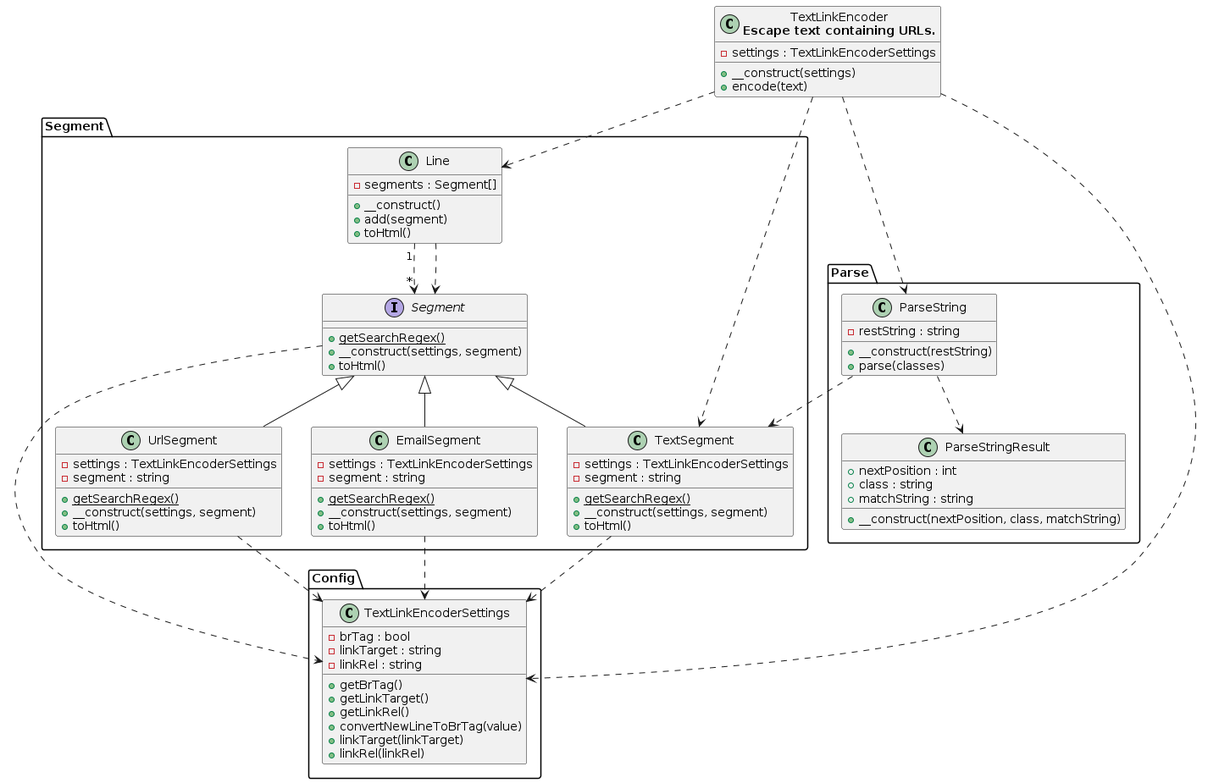
This is diagram.png from smeghead/php-text-link-encoder, a PlantUML export, as it was before one commit. The source it was exported from:
```plantuml
@startuml class-diagram
  class "TextLinkEncoder\n<b>Escape text containing URLs.</b>" as TextLinkEncoder {
    -settings : TextLinkEncoderSettings
    +__construct(settings)
    +encode(text)
  }
  package Segment as Segment {
    interface "Segment" as Segment_Segment {
      {static} +getSearchRegex()
      +__construct(settings, segment)
      +toHtml()
    }
    class "UrlSegment" as Segment_UrlSegment {
      -settings : TextLinkEncoderSettings
      -segment : string
      {static} +getSearchRegex()
      +__construct(settings, segment)
      +toHtml()
    }
    class "TextSegment" as Segment_TextSegment {
      -settings : TextLinkEncoderSettings
      -segment : string
      {static} +getSearchRegex()
      +__construct(settings, segment)
      +toHtml()
    }
    class "EmailSegment" as Segment_EmailSegment {
      -settings : TextLinkEncoderSettings
      -segment : string
      {static} +getSearchRegex()
      +__construct(settings, segment)
      +toHtml()
    }
    class "Line" as Segment_Line {
      -segments : Segment[]
      +__construct()
      +add(segment)
      +toHtml()
    }
  }
  package Config as Config {
    class "TextLinkEncoderSettings" as Config_TextLinkEncoderSettings {
      -brTag : bool
      -linkTarget : string
      -linkRel : string
      +getBrTag()
      +getLinkTarget()
      +getLinkRel()
      +convertNewLineToBrTag(value)
      +linkTarget(linkTarget)
      +linkRel(linkRel)
    }
  }
  package Parse as Parse {
    class "ParseString" as Parse_ParseString {
      -restString : string
      +__construct(restString)
      +parse(classes)
    }
    class "ParseStringResult" as Parse_ParseStringResult {
      +nextPosition : int
      +class : string
      +matchString : string
      +__construct(nextPosition, class, matchString)
    }
  }
  Parse_ParseString ..> Parse_ParseStringResult
  Parse_ParseString ..> Segment_TextSegment
  Segment_EmailSegment ..> Config_TextLinkEncoderSettings
  Segment_Line "1" ..> "*" Segment_Segment
  Segment_Line ..> Segment_Segment
  Segment_Segment ..> Config_TextLinkEncoderSettings
  Segment_Segment <|-- Segment_EmailSegment
  Segment_Segment <|-- Segment_TextSegment
  Segment_Segment <|-- Segment_UrlSegment
  Segment_TextSegment ..> Config_TextLinkEncoderSettings
  Segment_UrlSegment ..> Config_TextLinkEncoderSettings
  TextLinkEncoder ..> Config_TextLinkEncoderSettings
  TextLinkEncoder ..> Parse_ParseString
  TextLinkEncoder ..> Segment_Line
  TextLinkEncoder ..> Segment_TextSegment
@enduml
```
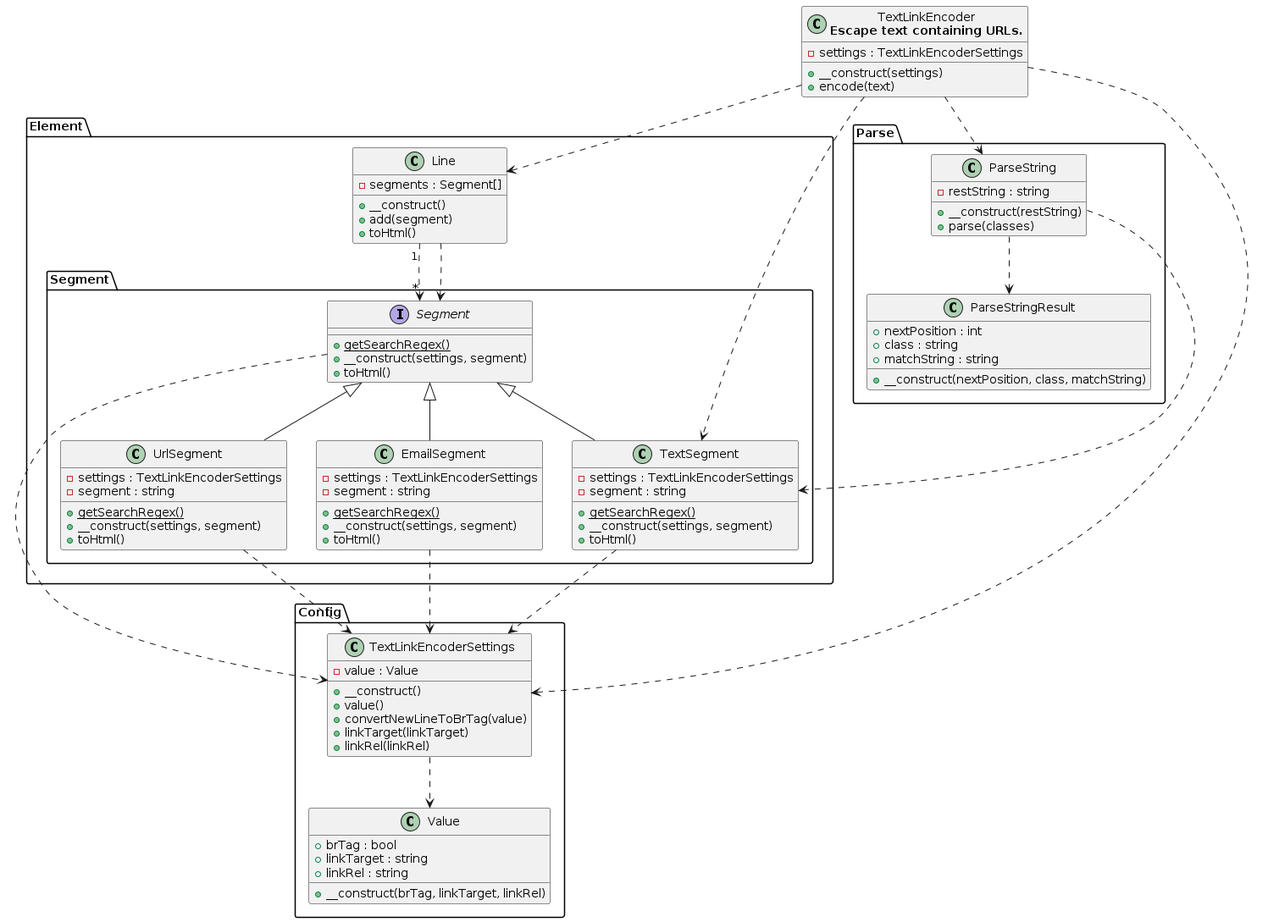
The same diagram one commit later.

Commit message:
fix: Changed Segment package location.

Change to the diagram source:
```diff
@@ -4,51 +4,56 @@
     +__construct(settings)
     +encode(text)
   }
-  package Segment as Segment {
-    interface "Segment" as Segment_Segment {
-      {static} +getSearchRegex()
-      +__construct(settings, segment)
-      +toHtml()
-    }
-    class "UrlSegment" as Segment_UrlSegment {
-      -settings : TextLinkEncoderSettings
-      -segment : string
-      {static} +getSearchRegex()
-      +__construct(settings, segment)
-      +toHtml()
-    }
-    class "TextSegment" as Segment_TextSegment {
-      -settings : TextLinkEncoderSettings
-      -segment : string
-      {static} +getSearchRegex()
-      +__construct(settings, segment)
-      +toHtml()
-    }
-    class "EmailSegment" as Segment_EmailSegment {
-      -settings : TextLinkEncoderSettings
-      -segment : string
-      {static} +getSearchRegex()
-      +__construct(settings, segment)
-      +toHtml()
-    }
-    class "Line" as Segment_Line {
+  package Element as Element {
+    class "Line" as Element_Line {
       -segments : Segment[]
       +__construct()
       +add(segment)
       +toHtml()
     }
+    package Segment as Element.Segment {
+      interface "Segment" as Element_Segment_Segment {
+        {static} +getSearchRegex()
+        +__construct(settings, segment)
+        +toHtml()
+      }
+      class "UrlSegment" as Element_Segment_UrlSegment {
+        -settings : TextLinkEncoderSettings
+        -segment : string
+        {static} +getSearchRegex()
+        +__construct(settings, segment)
+        +toHtml()
+      }
+      class "TextSegment" as Element_Segment_TextSegment {
+        -settings : TextLinkEncoderSettings
+        -segment : string
+        {static} +getSearchRegex()
+        +__construct(settings, segment)
+        +toHtml()
+      }
+      class "EmailSegment" as Element_Segment_EmailSegment {
+        -settings : TextLinkEncoderSettings
+        -segment : string
+        {static} +getSearchRegex()
+        +__construct(settings, segment)
+        +toHtml()
+      }
+    }
   }
   package Config as Config {
     class "TextLinkEncoderSettings" as Config_TextLinkEncoderSettings {
-      -brTag : bool
-      -linkTarget : string
-      -linkRel : string
-      +getBrTag()
-      +getLinkTarget()
-      +getLinkRel()
+      -value : Value
+      +__construct()
+      +value()
       +convertNewLineToBrTag(value)
       +linkTarget(linkTarget)
       +linkRel(linkRel)
+    }
+    class "Value" as Config_Value {
+      +brTag : bool
+      +linkTarget : string
+      +linkRel : string
+      +__construct(brTag, linkTarget, linkRel)
     }
   }
   package Parse as Parse {
@@ -64,19 +69,20 @@
       +__construct(nextPosition, class, matchString)
     }
   }
+  Config_TextLinkEncoderSettings ..> Config_Value
+  Element_Line "1" ..> "*" Element_Segment_Segment
+  Element_Line ..> Element_Segment_Segment
+  Element_Segment_EmailSegment ..> Config_TextLinkEncoderSettings
+  Element_Segment_Segment ..> Config_TextLinkEncoderSettings
+  Element_Segment_Segment <|-- Element_Segment_EmailSegment
+  Element_Segment_Segment <|-- Element_Segment_TextSegment
+  Element_Segment_Segment <|-- Element_Segment_UrlSegment
+  Element_Segment_TextSegment ..> Config_TextLinkEncoderSettings
+  Element_Segment_UrlSegment ..> Config_TextLinkEncoderSettings
+  Parse_ParseString ..> Element_Segment_TextSegment
   Parse_ParseString ..> Parse_ParseStringResult
-  Parse_ParseString ..> Segment_TextSegment
-  Segment_EmailSegment ..> Config_TextLinkEncoderSettings
-  Segment_Line "1" ..> "*" Segment_Segment
-  Segment_Line ..> Segment_Segment
-  Segment_Segment ..> Config_TextLinkEncoderSettings
-  Segment_Segment <|-- Segment_EmailSegment
-  Segment_Segment <|-- Segment_TextSegment
-  Segment_Segment <|-- Segment_UrlSegment
-  Segment_TextSegment ..> Config_TextLinkEncoderSettings
-  Segment_UrlSegment ..> Config_TextLinkEncoderSettings
   TextLinkEncoder ..> Config_TextLinkEncoderSettings
+  TextLinkEncoder ..> Element_Line
+  TextLinkEncoder ..> Element_Segment_TextSegment
   TextLinkEncoder ..> Parse_ParseString
-  TextLinkEncoder ..> Segment_Line
-  TextLinkEncoder ..> Segment_TextSegment
 @enduml
```
